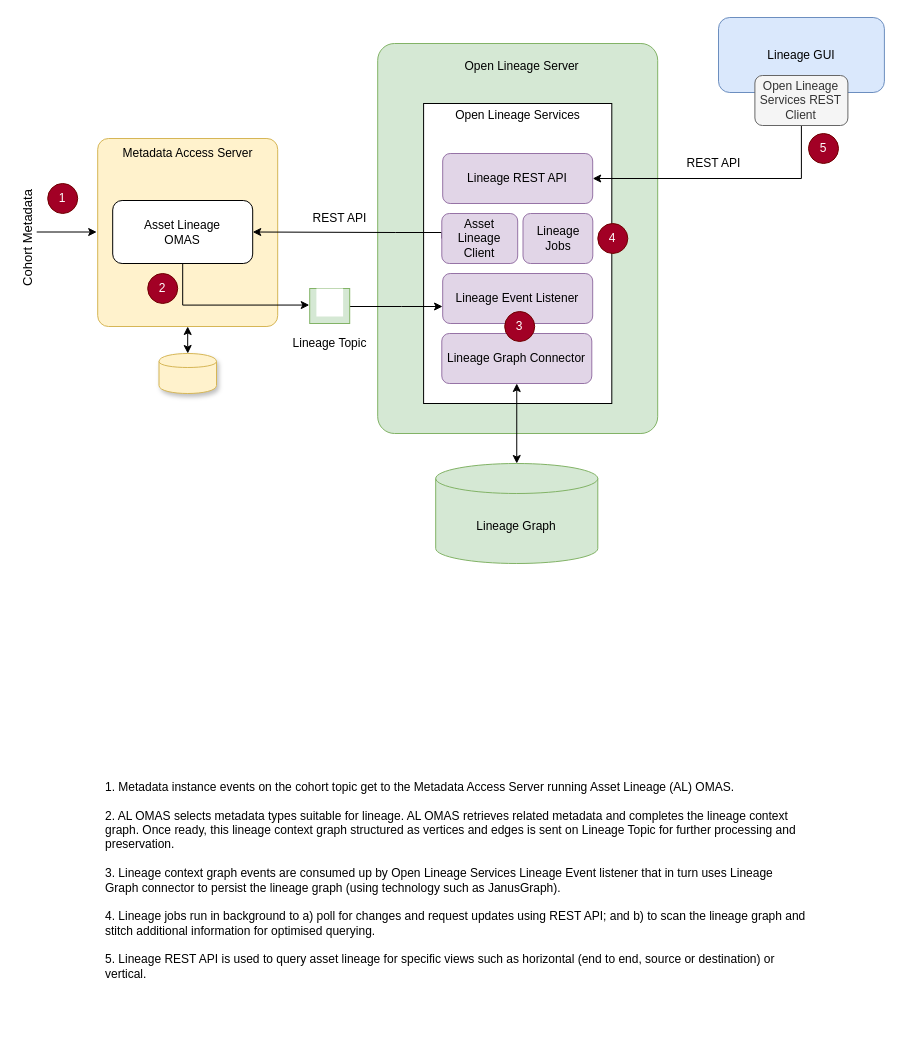
odpi/egeria-docs keeps this draw.io diagram as page "lineage-warehouse" (2 of 4) of site/docs/features/lineage-management/open-lineage-server.drawio. Above is the earlier version. Source tidied: cells renumbered, new cells numbered last; positions are measured from the earlier drawing's top-left corner, leaving out a move shared by most shapes. Both pictures are drawn from the tidied source at 100%, with x=0, y=0 at pixel (-28, 17).
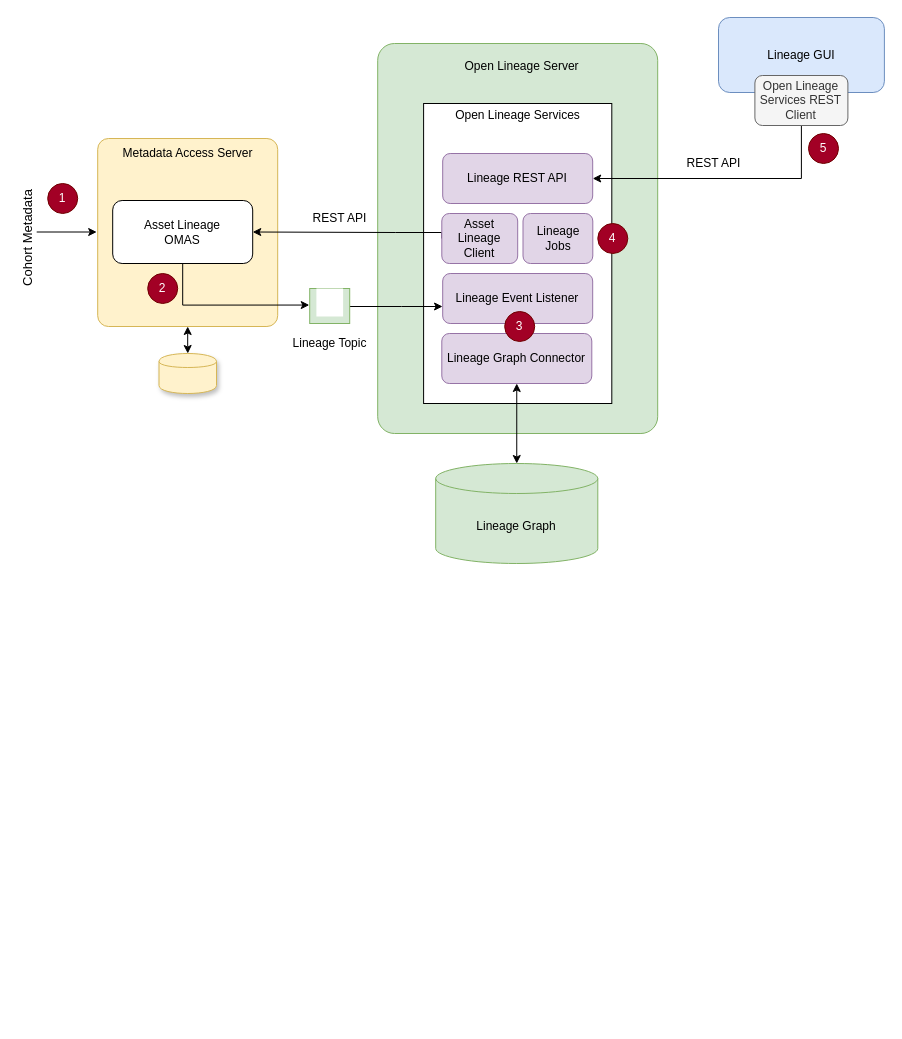
Above is the later version.

Diff of the diagram source:
```diff
@@
-    <mxCell id="37" value="&lt;br&gt;&lt;br&gt;1. Metadata instance events on the cohort topic get to the Metadata Access Server running Asset Lineage (AL) OMAS.&amp;nbsp;&lt;br&gt;&lt;br&gt;2. AL OMAS selects metadata types suitable for lineage. AL OMAS retrieves related metadata and completes the lineage context graph. Once ready, this lineage context graph structured as vertices and edges is sent on Lineage Topic for further processing and preservation.&lt;br&gt;&lt;br&gt;3. Lineage context graph events are consumed up by Open Lineage Services Lineage Event listener that in turn uses Lineage Graph connector to persist the lineage graph (using technology such as JanusGraph).&lt;br&gt;&lt;br&gt;4. Lineage jobs run in background to a) poll for changes and request updates using REST API; and b) to scan the lineage graph and stitch additional information for optimised querying.&amp;nbsp;&lt;br&gt;&lt;br&gt;5. Lineage REST API is used to query asset lineage for specific views such as horizontal (end to end, source or destination) or vertical." style="text;html=1;strokeColor=none;fillColor=none;spacing=5;spacingTop=-20;whiteSpace=wrap;overflow=hidden;rounded=0;sketch=0;" parent="36" vertex="1">
-      <mxGeometry x="128" y="744" width="710.5" height="260" as="geometry" />
-    </mxCell>
```
